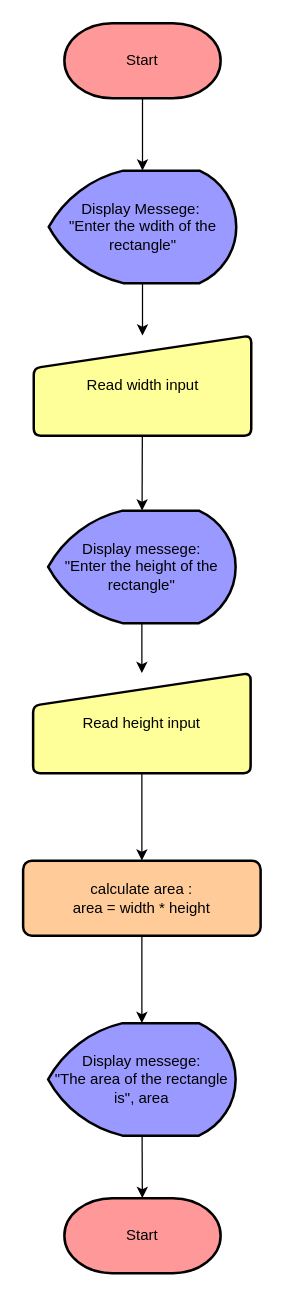
The draw.io diagram Lecture-02/test_flow.drawio in k4rnzoff04/Assign-Com-Pro, before the edit. Source tidied: cells renumbered, new cells numbered last; positions are measured from the earlier drawing's top-left corner, leaving out a move shared by most shapes. Both pictures are drawn from the tidied source at 125%, with x=0, y=0 at pixel (22, 22).
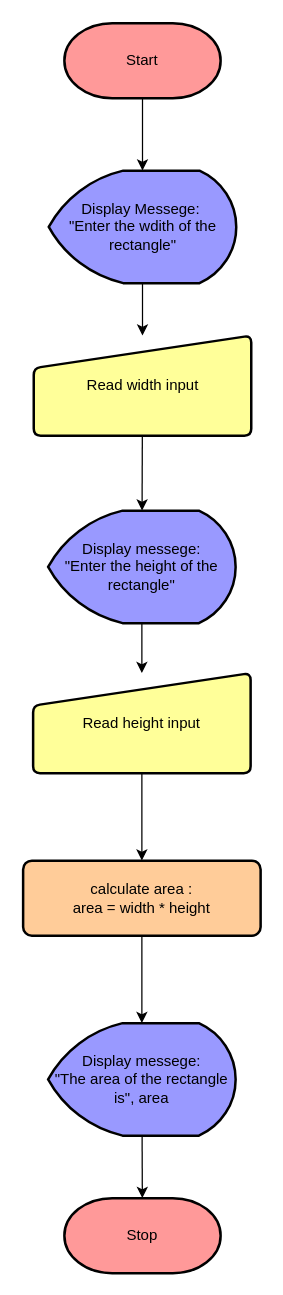
The same diagram, later.

The edit, as a diff of the source:
```diff
@@
 <mxGraphModel>
   <root>
     <mxCell id="0" />
     <mxCell id="1" parent="0" />
     <mxCell id="2" style="edgeStyle=none;html=1;" parent="1" edge="1" source="3" target="5">
       <mxGeometry relative="1" as="geometry" />
     </mxCell>
     <mxCell id="3" value="Start" style="strokeWidth=2;html=1;shape=mxgraph.flowchart.terminator;whiteSpace=wrap;fillColor=#FF9999;" parent="1" vertex="1">
       <mxGeometry x="33" width="125" height="60" as="geometry" />
     </mxCell>
     <mxCell id="4" style="edgeStyle=none;html=1;exitX=0.5;exitY=1;exitDx=0;exitDy=0;exitPerimeter=0;entryX=0.5;entryY=0;entryDx=0;entryDy=0;" parent="1" edge="1" source="5" target="7">
       <mxGeometry relative="1" as="geometry" />
     </mxCell>
     <mxCell id="5" value="Display Messege:&amp;nbsp;&lt;div&gt;&quot;Enter the wdith of the rectangle&quot;&lt;/div&gt;" style="strokeWidth=2;html=1;shape=mxgraph.flowchart.display;whiteSpace=wrap;fillColor=#9999FF;" parent="1" vertex="1">
       <mxGeometry x="20.5" y="118" width="150" height="90" as="geometry" />
     </mxCell>
     <mxCell id="6" style="edgeStyle=none;html=1;" parent="1" edge="1" source="7" target="9">
       <mxGeometry relative="1" as="geometry" />
     </mxCell>
     <mxCell id="7" value="Read width input" style="html=1;strokeWidth=2;shape=manualInput;whiteSpace=wrap;rounded=1;size=26;arcSize=11;fillColor=#FFFF99;" parent="1" vertex="1">
       <mxGeometry x="8.5" y="250" width="174" height="80" as="geometry" />
     </mxCell>
     <mxCell id="8" style="edgeStyle=none;html=1;" parent="1" edge="1" source="9" target="11">
       <mxGeometry relative="1" as="geometry" />
     </mxCell>
     <mxCell id="9" value="Display messege:&lt;div&gt;&quot;Enter the height of the rectangle&quot;&lt;/div&gt;" style="strokeWidth=2;html=1;shape=mxgraph.flowchart.display;whiteSpace=wrap;fillColor=#9999FF;" parent="1" vertex="1">
       <mxGeometry x="20" y="390" width="150" height="90" as="geometry" />
     </mxCell>
     <mxCell id="10" style="edgeStyle=none;html=1;" parent="1" edge="1" source="11" target="13">
       <mxGeometry relative="1" as="geometry" />
     </mxCell>
     <mxCell id="11" value="Read height input" style="html=1;strokeWidth=2;shape=manualInput;whiteSpace=wrap;rounded=1;size=26;arcSize=11;fillColor=#FFFF99;" parent="1" vertex="1">
       <mxGeometry x="8" y="520" width="174" height="80" as="geometry" />
     </mxCell>
     <mxCell id="12" style="edgeStyle=none;html=1;" parent="1" edge="1" source="13" target="15">
       <mxGeometry relative="1" as="geometry" />
     </mxCell>
     <mxCell id="13" value="calculate area :&lt;div&gt;area = width * height&lt;/div&gt;" style="rounded=1;whiteSpace=wrap;html=1;absoluteArcSize=1;arcSize=14;strokeWidth=2;fillColor=#FFCC99;" parent="1" vertex="1">
       <mxGeometry y="670" width="190" height="60" as="geometry" />
     </mxCell>
     <mxCell id="14" style="edgeStyle=none;html=1;" parent="1" edge="1" source="15" target="16">
       <mxGeometry relative="1" as="geometry" />
     </mxCell>
     <mxCell id="15" value="Display messege:&lt;div&gt;&quot;The area of the rectangle is&quot;, area&lt;/div&gt;" style="strokeWidth=2;html=1;shape=mxgraph.flowchart.display;whiteSpace=wrap;fillColor=#9999FF;" parent="1" vertex="1">
       <mxGeometry x="20" y="800" width="150" height="90" as="geometry" />
     </mxCell>
-    <mxCell id="16" value="Start" style="strokeWidth=2;html=1;shape=mxgraph.flowchart.terminator;whiteSpace=wrap;fillColor=#FF9999;" parent="1" vertex="1">
+    <mxCell id="16" value="Stop" style="strokeWidth=2;html=1;shape=mxgraph.flowchart.terminator;whiteSpace=wrap;fillColor=#FF9999;" parent="1" vertex="1">
       <mxGeometry x="33" y="940" width="125" height="60" as="geometry" />
     </mxCell>
   </root>
 </mxGraphModel>
```
